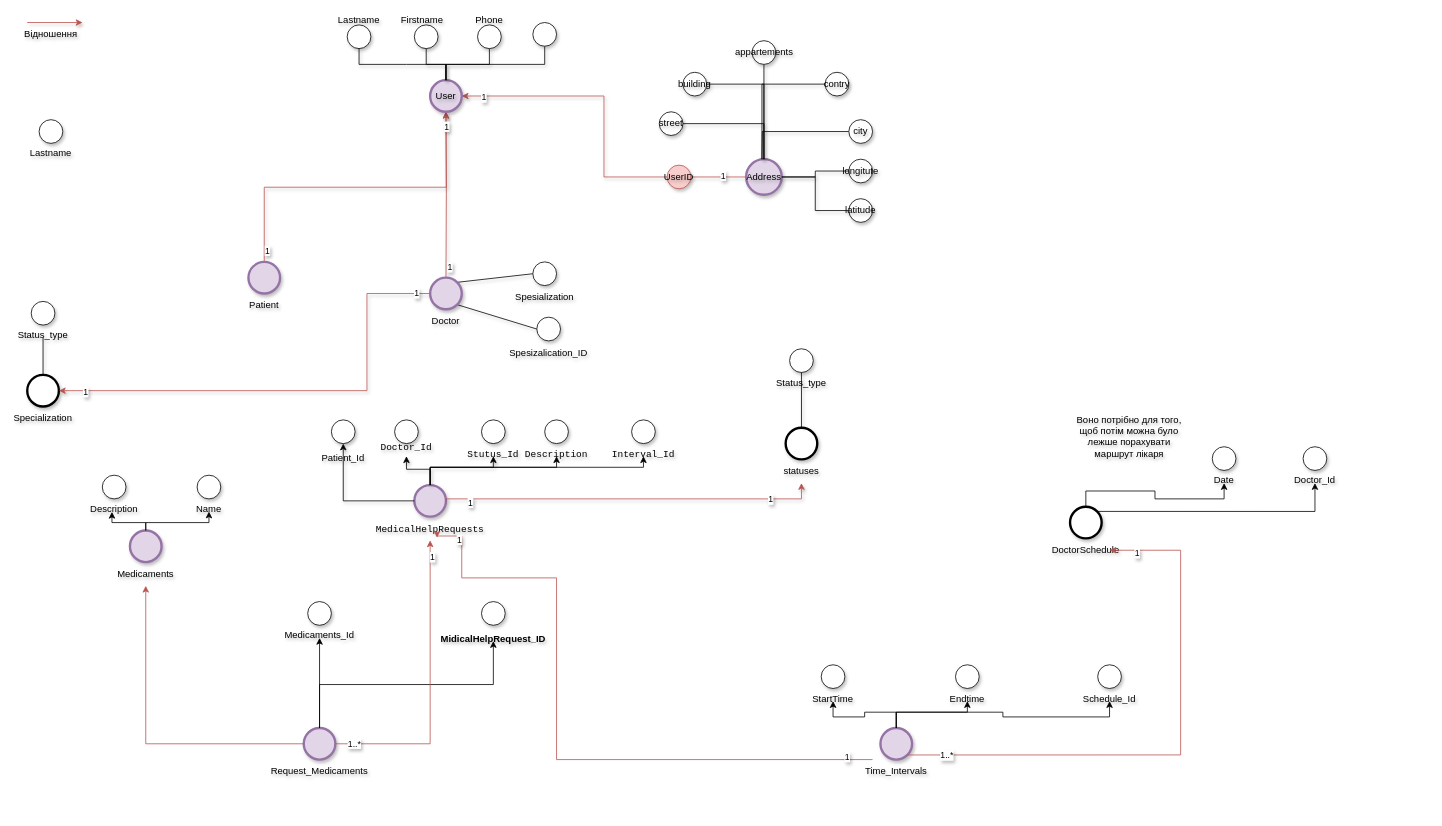
Above: ConceptDatabase.drawio in Kozirojka/MedicalDB_Coursework (draw.io), before the change. Source tidied: cells renumbered, new cells numbered last; positions are measured from the earlier drawing's top-left corner, leaving out a move shared by most shapes. Both pictures are drawn from the tidied source at 79%, with x=0, y=0 at pixel (19, 17).
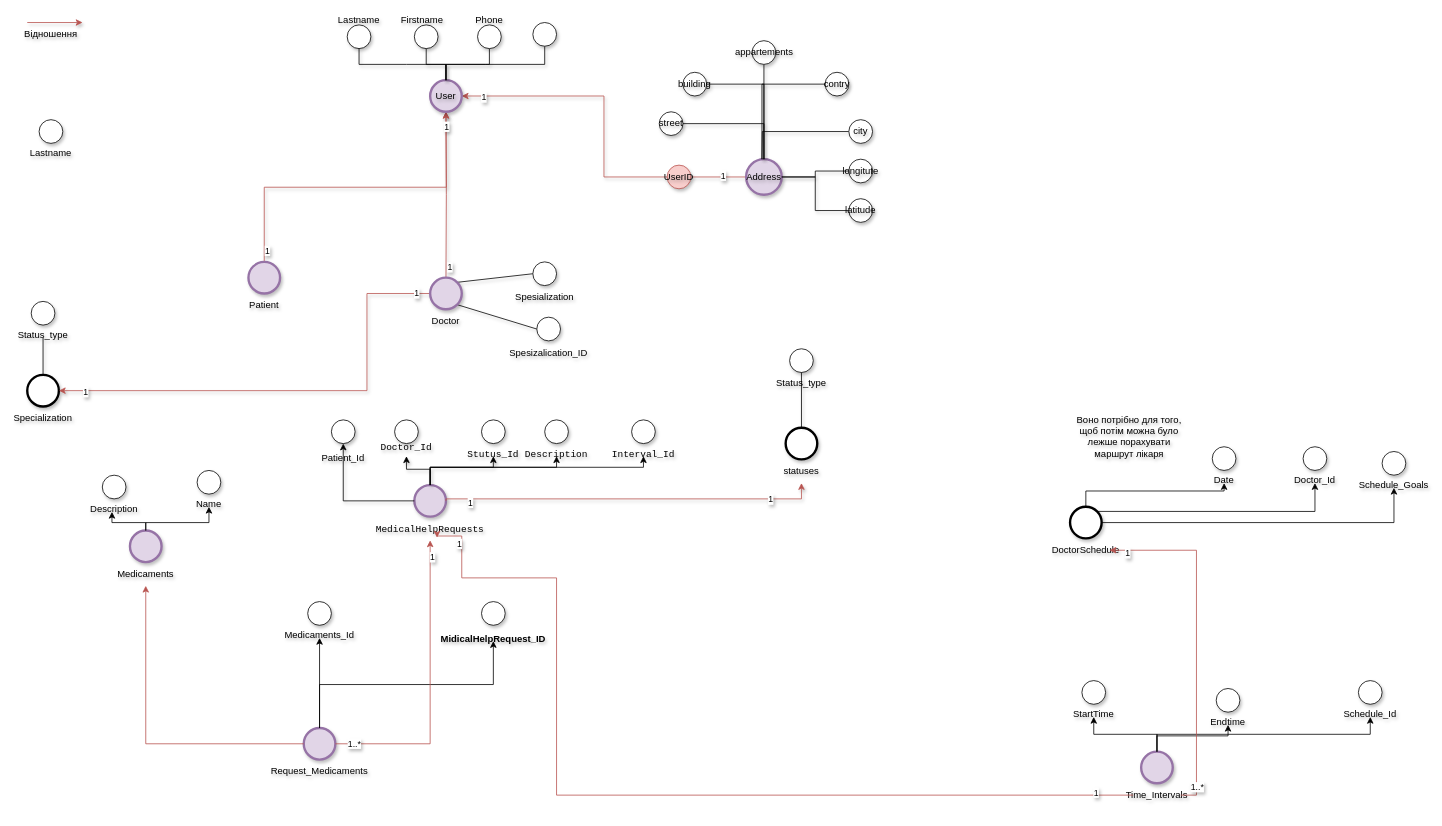
The same diagram, later.

Commit message:
improve conceptual diagram

The change refers to these unchanged cells:
```xml
<mxCell id="22" value="&lt;code&gt;MedicalHelpRequests&lt;/code&gt;" style="text;html=1;align=center;verticalAlign=middle;whiteSpace=wrap;rounded=0;shadow=1;textShadow=1;" parent="20" vertex="1">
  <mxGeometry y="40" width="60" height="30" as="geometry" />
</mxCell>
<mxCell id="127" style="ellipse;whiteSpace=wrap;html=1;strokeWidth=3;shadow=1;fillColor=#e1d5e7;strokeColor=#9673a6;textShadow=1;" parent="126" vertex="1">
  <mxGeometry x="10" width="40" height="40" as="geometry" />
</mxCell>
<mxCell id="128" value="Time_Intervals" style="text;html=1;align=center;verticalAlign=middle;whiteSpace=wrap;rounded=0;shadow=1;textShadow=1;" parent="126" vertex="1">
  <mxGeometry y="40" width="60" height="30" as="geometry" />
</mxCell>
<mxCell id="134" value="Endtime" style="text;html=1;align=center;verticalAlign=middle;whiteSpace=wrap;rounded=0;shadow=1;textShadow=1;" parent="132" vertex="1">
  <mxGeometry y="39" width="40" height="7" as="geometry" />
</mxCell>
<mxCell id="144" style="ellipse;whiteSpace=wrap;html=1;strokeWidth=3;shadow=1;textShadow=1;" parent="143" vertex="1">
  <mxGeometry x="10" width="40" height="40" as="geometry" />
</mxCell>
<mxCell id="145" value="DoctorSchedule" style="text;html=1;align=center;verticalAlign=middle;whiteSpace=wrap;rounded=0;shadow=1;textShadow=1;" parent="143" vertex="1">
  <mxGeometry y="40" width="60" height="30" as="geometry" />
</mxCell>
<mxCell id="149" value="Date" style="text;html=1;align=center;verticalAlign=middle;whiteSpace=wrap;rounded=0;shadow=1;textShadow=1;" parent="147" vertex="1">
  <mxGeometry y="39" width="40" height="7" as="geometry" />
</mxCell>
```

Change to the diagram source:
```diff
@@
     <mxCell id="103" style="group;shadow=1;textShadow=1;" parent="1" vertex="1">
-      <mxGeometry x="220" y="580" width="40" height="46" as="geometry" />
+      <mxGeometry x="220" y="574" width="40" height="46" as="geometry" />
     </mxCell>
@@
     <mxCell id="126" style="group;shadow=1;textShadow=1;" parent="1" vertex="1">
-      <mxGeometry x="1080" y="900" width="60" height="70" as="geometry" />
+      <mxGeometry x="1410" y="930" width="60" height="70" as="geometry" />
     </mxCell>
@@
     <mxCell id="129" style="group;shadow=1;textShadow=1;" parent="1" vertex="1">
-      <mxGeometry x="1010" y="820" width="40" height="46" as="geometry" />
+      <mxGeometry x="1340" y="840" width="40" height="46" as="geometry" />
     </mxCell>
@@
     <mxCell id="132" style="group;shadow=1;textShadow=1;" parent="1" vertex="1">
-      <mxGeometry x="1180" y="820" width="40" height="46" as="geometry" />
+      <mxGeometry x="1510" y="850" width="40" height="46" as="geometry" />
     </mxCell>
@@
     <mxCell id="135" style="edgeStyle=orthogonalEdgeStyle;rounded=0;jettySize=auto;html=1;exitX=0.5;exitY=0;exitDx=0;exitDy=0;textShadow=1;" parent="1" edge="1" source="127" target="134">
       <mxGeometry relative="1" as="geometry">
         <Array as="points">
-          <mxPoint x="1110" y="880" />
-          <mxPoint x="1200" y="880" />
+          <mxPoint x="1440" y="910" />
+          <mxPoint x="1530" y="910" />
         </Array>
       </mxGeometry>
     </mxCell>
     <mxCell id="136" style="edgeStyle=orthogonalEdgeStyle;rounded=0;jettySize=auto;html=1;entryX=0.645;entryY=0.886;entryDx=0;entryDy=0;fillColor=#f8cecc;strokeColor=#b85450;entryPerimeter=0;textShadow=1;" parent="1" edge="1" source="128" target="22">
       <mxGeometry relative="1" as="geometry">
         <Array as="points">
-          <mxPoint x="680" y="940" />
+          <mxPoint x="680" y="985" />
           <mxPoint x="680" y="710" />
           <mxPoint x="560" y="710" />
           <mxPoint x="560" y="657" />
           <mxPoint x="529" y="657" />
         </Array>
       </mxGeometry>
     </mxCell>
@@
     <mxCell id="140" style="group;shadow=1;textShadow=1;" parent="1" vertex="1">
-      <mxGeometry x="1360" y="820" width="40" height="46" as="geometry" />
+      <mxGeometry x="1690" y="840" width="40" height="46" as="geometry" />
     </mxCell>
@@
     <mxCell id="150" style="edgeStyle=orthogonalEdgeStyle;rounded=0;jettySize=auto;html=1;exitX=0.5;exitY=0;exitDx=0;exitDy=0;entryX=0.5;entryY=1;entryDx=0;entryDy=0;textShadow=1;" parent="1" edge="1" source="144" target="149">
-      <mxGeometry relative="1" as="geometry" />
+      <mxGeometry relative="1" as="geometry">
+        <Array as="points">
+          <mxPoint x="1350" y="600" />
+          <mxPoint x="1525" y="600" />
+        </Array>
+      </mxGeometry>
     </mxCell>
@@
-    <mxCell id="155" style="edgeStyle=orthogonalEdgeStyle;rounded=0;jettySize=auto;html=1;exitX=1;exitY=1;exitDx=0;exitDy=0;fillColor=#f8cecc;strokeColor=#b85450;textShadow=1;" parent="1" edge="1" source="127" target="145">
+    <mxCell id="155" style="edgeStyle=orthogonalEdgeStyle;rounded=0;jettySize=auto;html=1;fillColor=#f8cecc;strokeColor=#b85450;textShadow=1;" parent="1" edge="1" source="128" target="145">
       <mxGeometry relative="1" as="geometry">
         <Array as="points">
-          <mxPoint x="1470" y="934" />
-          <mxPoint x="1470" y="675" />
+          <mxPoint x="1490" y="985" />
+          <mxPoint x="1490" y="675" />
         </Array>
       </mxGeometry>
     </mxCell>
@@
+    <mxCell id="159" style="group;shadow=1;textShadow=1;" parent="1" vertex="1">
+      <mxGeometry x="1720" y="550" width="40" height="46" as="geometry" />
+    </mxCell>
+    <mxCell id="160" style="ellipse;whiteSpace=wrap;html=1;shadow=1;textShadow=1;" parent="159" vertex="1">
+      <mxGeometry x="5" width="30" height="30" as="geometry" />
+    </mxCell>
+    <mxCell id="161" value="Schedule_Goals" style="text;html=1;align=center;verticalAlign=middle;whiteSpace=wrap;rounded=0;shadow=1;textShadow=1;" parent="159" vertex="1">
+      <mxGeometry y="39" width="40" height="7" as="geometry" />
+    </mxCell>
+    <mxCell id="162" style="edgeStyle=orthogonalEdgeStyle;rounded=0;jettySize=auto;html=1;exitX=1;exitY=0.5;exitDx=0;exitDy=0;entryX=0.5;entryY=1;entryDx=0;entryDy=0;" parent="1" edge="1" source="144" target="161">
+      <mxGeometry relative="1" as="geometry" />
+    </mxCell>
```
